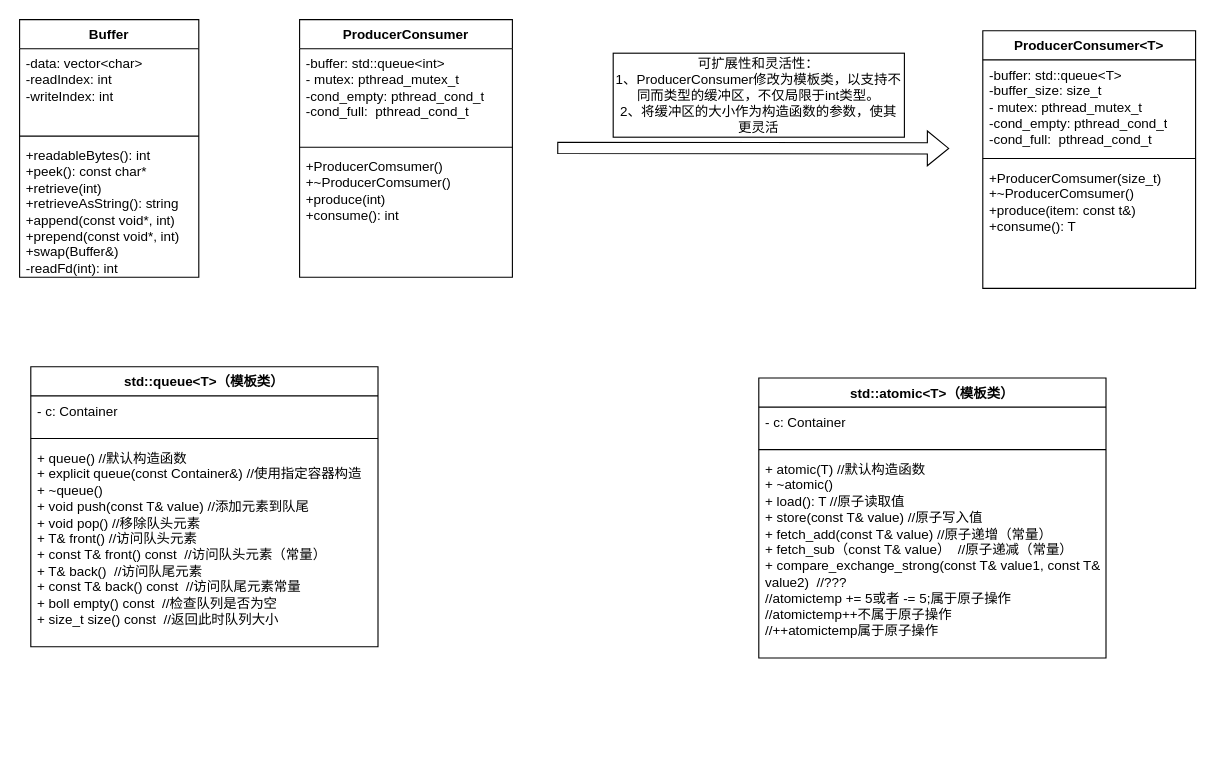
Earlier version of the draw.io diagram 类.drawio (HongxGe/TinyWebServer_by_h). Source tidied: cells renumbered, new cells numbered last; positions are measured from the earlier drawing's top-left corner, leaving out a move shared by most shapes. Both pictures are drawn from the tidied source at 112%, with x=0, y=0 at pixel (19, 19).
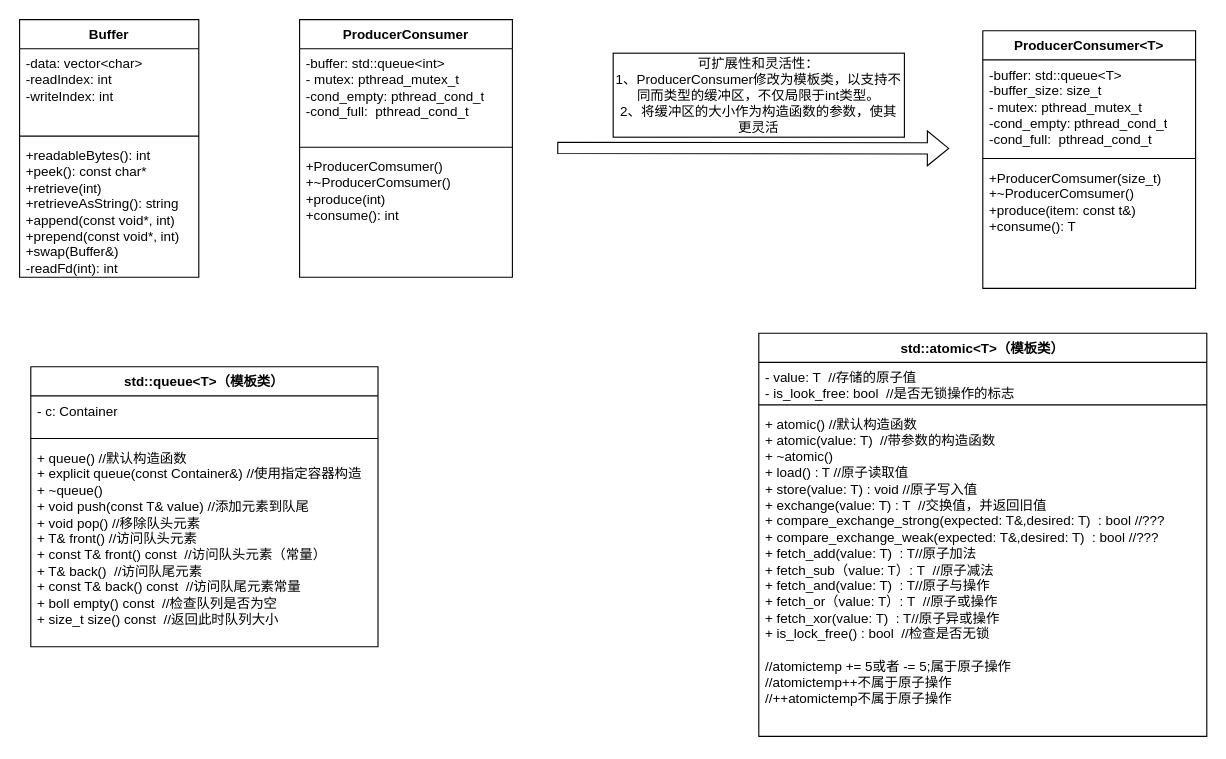
Above is the later version.

Commit message:
fix:std::atomic类成员变量和方法更新

What changed in the source:
```diff
@@
     <mxCell id="20" value="std::atomic&amp;lt;T&amp;gt;（模板类）" style="swimlane;fontStyle=1;align=center;verticalAlign=top;horizontal=1;startSize=26;whiteSpace=wrap;html=1;" parent="1" vertex="1">
-      <mxGeometry x="660" y="320" width="310" height="250" as="geometry" />
+      <mxGeometry x="660" y="280" width="400" height="360" as="geometry" />
     </mxCell>
-    <mxCell id="21" value="- c: Container" style="text;strokeColor=none;fillColor=none;align=left;verticalAlign=top;spacingLeft=4;spacingRight=4;overflow=hidden;whiteSpace=wrap;html=1;" parent="20" vertex="1">
-      <mxGeometry y="26" width="310" height="34" as="geometry" />
+    <mxCell id="21" value="- value: T&amp;nbsp; //存储的原子值&lt;div&gt;- is_look_free: bool&amp;nbsp; //是否无锁操作的标志&lt;/div&gt;" style="text;strokeColor=none;fillColor=none;align=left;verticalAlign=top;spacingLeft=4;spacingRight=4;overflow=hidden;whiteSpace=wrap;html=1;" parent="20" vertex="1">
+      <mxGeometry y="26" width="400" height="34" as="geometry" />
     </mxCell>
     <mxCell id="22" style="line;strokeWidth=1;fillColor=none;align=left;verticalAlign=middle;spacingTop=-1;spacingLeft=3;spacingRight=3;labelPosition=right;strokeColor=inherit;" parent="20" vertex="1">
-      <mxGeometry y="60" width="310" height="8" as="geometry" />
+      <mxGeometry y="60" width="400" height="8" as="geometry" />
     </mxCell>
-    <mxCell id="23" value="+ atomic(T) //默认构造函数&lt;div&gt;+ ~atomic()&lt;/div&gt;&lt;div&gt;+ load(): T //原子读取值&lt;/div&gt;&lt;div&gt;+ store(const T&amp;amp; value) //原子写入值&lt;/div&gt;&lt;div&gt;+ fetch_add(const T&amp;amp; value) //原子递增&lt;span style=&quot;background-color: transparent; color: light-dark(rgb(0, 0, 0), rgb(255, 255, 255));&quot;&gt;（常量）&lt;/span&gt;&lt;/div&gt;&lt;div&gt;+ fetch_sub（const T&amp;amp; value）&amp;nbsp; //原子递减（常量）&lt;/div&gt;&lt;div&gt;+ compare_exchange_strong(const T&amp;amp; value1, const T&amp;amp; value2)&amp;nbsp; //???&lt;/div&gt;&lt;div&gt;//atomictemp += 5或者 -= 5;属于原子操作&lt;/div&gt;&lt;div&gt;//atomictemp++不属于原子操作&lt;/div&gt;&lt;div&gt;//++atomictemp属于原子操作&lt;/div&gt;" style="text;strokeColor=none;fillColor=none;align=left;verticalAlign=top;spacingLeft=4;spacingRight=4;overflow=hidden;whiteSpace=wrap;html=1;" parent="20" vertex="1">
-      <mxGeometry y="68" width="310" height="182" as="geometry" />
+    <mxCell id="23" value="+ atomic() //默认构造函数&lt;div&gt;+ atomic(value: T)&amp;nbsp; //带参数的构造函数&lt;br&gt;&lt;div&gt;+ ~atomic()&lt;/div&gt;&lt;div&gt;+ load() : T //原子读取值&lt;/div&gt;&lt;div&gt;+ store(value: T) : void //原子写入值&lt;/div&gt;&lt;div&gt;+ exchange(value: T) : T&amp;nbsp; //交换值，并返回旧值&lt;/div&gt;&lt;div&gt;+ compare_exchange_strong(expected: T&amp;amp;,desired: T)&amp;nbsp; : bool //???&lt;/div&gt;&lt;div&gt;+ compare_exchange_weak(expected: T&amp;amp;,desired: T)&amp;nbsp; : bool //???&lt;/div&gt;&lt;div&gt;+ fetch_add(value: T)&amp;nbsp; : T//原子加法&lt;/div&gt;&lt;div&gt;+ fetch_sub（value: T）: T&amp;nbsp; //原子减法&lt;/div&gt;&lt;div&gt;&lt;div&gt;+ fetch_and(value: T)&amp;nbsp; : T//原子与操作&lt;/div&gt;&lt;div&gt;+ fetch_or（value: T）: T&amp;nbsp; //原子或操作&lt;/div&gt;&lt;/div&gt;&lt;div&gt;&lt;div&gt;+ fetch_xor(value: T)&amp;nbsp; : T//原子异或操作&lt;/div&gt;&lt;div&gt;+ is_lock_free() : bool&amp;nbsp; //检查是否无锁&lt;/div&gt;&lt;div&gt;&lt;br&gt;&lt;/div&gt;&lt;/div&gt;&lt;div&gt;//atomictemp += 5或者 -= 5;属于原子操作&lt;/div&gt;&lt;div&gt;//atomictemp++不属于原子操作&lt;/div&gt;&lt;div&gt;//++atomictemp不属于原子操作&lt;/div&gt;&lt;/div&gt;" style="text;strokeColor=none;fillColor=none;align=left;verticalAlign=top;spacingLeft=4;spacingRight=4;overflow=hidden;whiteSpace=wrap;html=1;" parent="20" vertex="1">
+      <mxGeometry y="68" width="400" height="292" as="geometry" />
     </mxCell>
```
